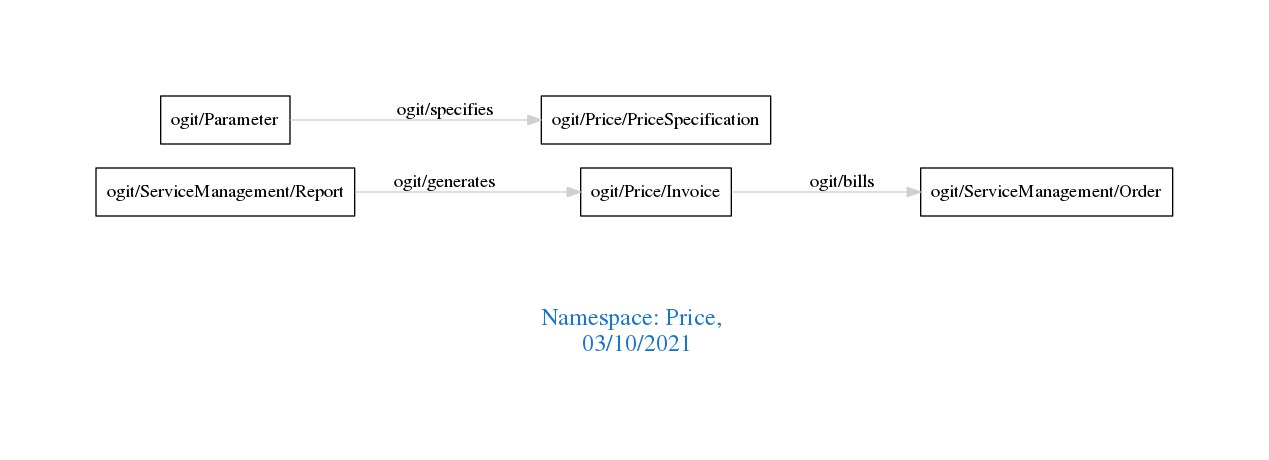
This is downloads/Price.png from arago/OGIT, a Graphviz export, as it was before one commit. Its source is kept beside it as downloads/Price.dot.
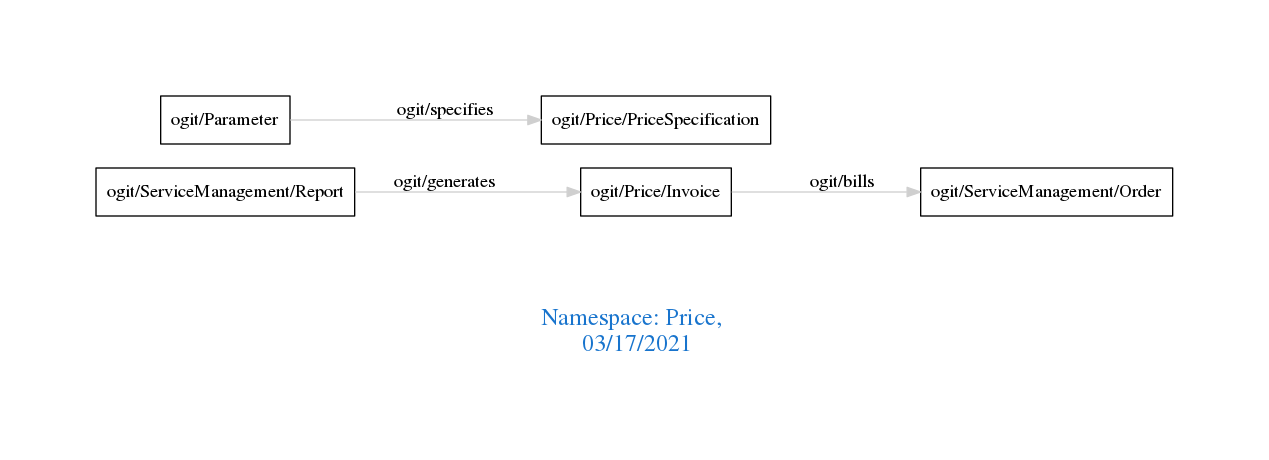
Above is the later version.

Change to the diagram source:
```diff
@@ -1,7 +1,7 @@
 digraph OGIT_ontology {
  graph [ rankdir= LR,pad=1
 fontsize = 18,
-fontcolor= dodgerblue3,label = "\n\n\nNamespace: Price, \n 03/10/2021"];
+fontcolor= dodgerblue3,label = "\n\n\nNamespace: Price, \n 03/17/2021"];
 node[shape=polygon];
 edge [  color="gray81"];
 
```
